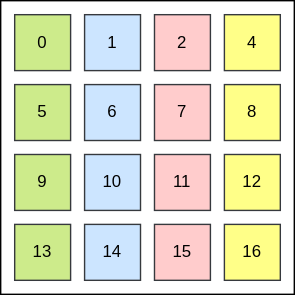
Earlier version of the draw.io export images/array_2d.drawio.svg (dboyliao/TaipeiPy-pybind11-buffer-array). Source tidied: cells renumbered, new cells last; positions are measured from the earlier drawing's top-left corner, leaving out a move shared by most shapes. Its diagram source:
```xml
<mxGraphModel>
  <root>
    <mxCell id="0" />
    <mxCell id="1" parent="0" />
    <mxCell id="2" style="whiteSpace=wrap;html=1;" parent="1" vertex="1">
      <mxGeometry width="210" height="210" as="geometry" />
    </mxCell>
    <mxCell id="3" value="&lt;font color=&quot;#000000&quot;&gt;0&lt;/font&gt;" style="whiteSpace=wrap;html=1;fillColor=#cdeb8b;strokeColor=#36393d;" parent="1" vertex="1">
      <mxGeometry x="10" y="10" width="40" height="40" as="geometry" />
    </mxCell>
    <mxCell id="4" value="&lt;font color=&quot;#000000&quot;&gt;1&lt;/font&gt;" style="whiteSpace=wrap;html=1;fillColor=#cce5ff;strokeColor=#36393d;" parent="1" vertex="1">
      <mxGeometry x="60" y="10" width="40" height="40" as="geometry" />
    </mxCell>
    <mxCell id="5" value="&lt;font color=&quot;#000000&quot;&gt;2&lt;/font&gt;" style="whiteSpace=wrap;html=1;fillColor=#ffcccc;strokeColor=#36393d;" parent="1" vertex="1">
      <mxGeometry x="110" y="10" width="40" height="40" as="geometry" />
    </mxCell>
    <mxCell id="6" value="&lt;font color=&quot;#000000&quot;&gt;4&lt;/font&gt;" style="whiteSpace=wrap;html=1;fillColor=#ffff88;strokeColor=#36393d;" parent="1" vertex="1">
      <mxGeometry x="160" y="10" width="40" height="40" as="geometry" />
    </mxCell>
    <mxCell id="7" value="&lt;font color=&quot;#000000&quot;&gt;5&lt;/font&gt;" style="whiteSpace=wrap;html=1;fillColor=#cdeb8b;strokeColor=#36393d;" parent="1" vertex="1">
      <mxGeometry x="10" y="60" width="40" height="40" as="geometry" />
    </mxCell>
    <mxCell id="8" value="&lt;font color=&quot;#000000&quot;&gt;6&lt;/font&gt;" style="whiteSpace=wrap;html=1;fillColor=#cce5ff;strokeColor=#36393d;" parent="1" vertex="1">
      <mxGeometry x="60" y="60" width="40" height="40" as="geometry" />
    </mxCell>
    <mxCell id="9" value="&lt;font color=&quot;#000000&quot;&gt;7&lt;/font&gt;" style="whiteSpace=wrap;html=1;fillColor=#ffcccc;strokeColor=#36393d;" parent="1" vertex="1">
      <mxGeometry x="110" y="60" width="40" height="40" as="geometry" />
    </mxCell>
    <mxCell id="10" value="&lt;font color=&quot;#000000&quot;&gt;8&lt;/font&gt;" style="whiteSpace=wrap;html=1;fillColor=#ffff88;strokeColor=#36393d;" parent="1" vertex="1">
      <mxGeometry x="160" y="60" width="40" height="40" as="geometry" />
    </mxCell>
    <mxCell id="11" value="&lt;font color=&quot;#000000&quot;&gt;9&lt;/font&gt;" style="whiteSpace=wrap;html=1;fillColor=#cdeb8b;strokeColor=#36393d;" parent="1" vertex="1">
      <mxGeometry x="10" y="110" width="40" height="40" as="geometry" />
    </mxCell>
    <mxCell id="12" value="&lt;font color=&quot;#000000&quot;&gt;10&lt;/font&gt;" style="whiteSpace=wrap;html=1;fillColor=#cce5ff;strokeColor=#36393d;" parent="1" vertex="1">
      <mxGeometry x="60" y="110" width="40" height="40" as="geometry" />
    </mxCell>
    <mxCell id="13" value="&lt;font color=&quot;#000000&quot;&gt;11&lt;/font&gt;" style="whiteSpace=wrap;html=1;fillColor=#ffcccc;strokeColor=#36393d;" parent="1" vertex="1">
      <mxGeometry x="110" y="110" width="40" height="40" as="geometry" />
    </mxCell>
    <mxCell id="14" value="&lt;font color=&quot;#000000&quot;&gt;12&lt;/font&gt;" style="whiteSpace=wrap;html=1;fillColor=#ffff88;strokeColor=#36393d;" parent="1" vertex="1">
      <mxGeometry x="160" y="110" width="40" height="40" as="geometry" />
    </mxCell>
    <mxCell id="15" value="&lt;font color=&quot;#000000&quot;&gt;13&lt;/font&gt;" style="whiteSpace=wrap;html=1;fillColor=#cdeb8b;strokeColor=#36393d;" parent="1" vertex="1">
      <mxGeometry x="10" y="160" width="40" height="40" as="geometry" />
    </mxCell>
    <mxCell id="16" value="&lt;font color=&quot;#000000&quot;&gt;14&lt;/font&gt;" style="whiteSpace=wrap;html=1;fillColor=#cce5ff;strokeColor=#36393d;" parent="1" vertex="1">
      <mxGeometry x="60" y="160" width="40" height="40" as="geometry" />
    </mxCell>
    <mxCell id="17" value="&lt;font color=&quot;#000000&quot;&gt;15&lt;/font&gt;" style="whiteSpace=wrap;html=1;fillColor=#ffcccc;strokeColor=#36393d;" parent="1" vertex="1">
      <mxGeometry x="110" y="160" width="40" height="40" as="geometry" />
    </mxCell>
    <mxCell id="18" value="&lt;font color=&quot;#000000&quot;&gt;16&lt;/font&gt;" style="whiteSpace=wrap;html=1;fillColor=#ffff88;strokeColor=#36393d;" parent="1" vertex="1">
      <mxGeometry x="160" y="160" width="40" height="40" as="geometry" />
    </mxCell>
  </root>
</mxGraphModel>
```
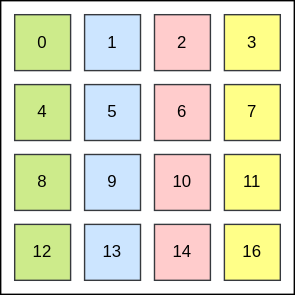
After the change.

Diff of the diagram source:
```diff
@@ -14,40 +14,40 @@
     <mxCell id="5" value="&lt;font color=&quot;#000000&quot;&gt;2&lt;/font&gt;" style="whiteSpace=wrap;html=1;fillColor=#ffcccc;strokeColor=#36393d;" parent="1" vertex="1">
       <mxGeometry x="110" y="10" width="40" height="40" as="geometry" />
     </mxCell>
-    <mxCell id="6" value="&lt;font color=&quot;#000000&quot;&gt;4&lt;/font&gt;" style="whiteSpace=wrap;html=1;fillColor=#ffff88;strokeColor=#36393d;" parent="1" vertex="1">
+    <mxCell id="6" value="&lt;font color=&quot;#000000&quot;&gt;3&lt;/font&gt;" style="whiteSpace=wrap;html=1;fillColor=#ffff88;strokeColor=#36393d;" parent="1" vertex="1">
       <mxGeometry x="160" y="10" width="40" height="40" as="geometry" />
     </mxCell>
-    <mxCell id="7" value="&lt;font color=&quot;#000000&quot;&gt;5&lt;/font&gt;" style="whiteSpace=wrap;html=1;fillColor=#cdeb8b;strokeColor=#36393d;" parent="1" vertex="1">
+    <mxCell id="7" value="&lt;font color=&quot;#000000&quot;&gt;4&lt;/font&gt;" style="whiteSpace=wrap;html=1;fillColor=#cdeb8b;strokeColor=#36393d;" parent="1" vertex="1">
       <mxGeometry x="10" y="60" width="40" height="40" as="geometry" />
     </mxCell>
-    <mxCell id="8" value="&lt;font color=&quot;#000000&quot;&gt;6&lt;/font&gt;" style="whiteSpace=wrap;html=1;fillColor=#cce5ff;strokeColor=#36393d;" parent="1" vertex="1">
+    <mxCell id="8" value="&lt;font color=&quot;#000000&quot;&gt;5&lt;/font&gt;" style="whiteSpace=wrap;html=1;fillColor=#cce5ff;strokeColor=#36393d;" parent="1" vertex="1">
       <mxGeometry x="60" y="60" width="40" height="40" as="geometry" />
     </mxCell>
-    <mxCell id="9" value="&lt;font color=&quot;#000000&quot;&gt;7&lt;/font&gt;" style="whiteSpace=wrap;html=1;fillColor=#ffcccc;strokeColor=#36393d;" parent="1" vertex="1">
+    <mxCell id="9" value="&lt;font color=&quot;#000000&quot;&gt;6&lt;/font&gt;" style="whiteSpace=wrap;html=1;fillColor=#ffcccc;strokeColor=#36393d;" parent="1" vertex="1">
       <mxGeometry x="110" y="60" width="40" height="40" as="geometry" />
     </mxCell>
-    <mxCell id="10" value="&lt;font color=&quot;#000000&quot;&gt;8&lt;/font&gt;" style="whiteSpace=wrap;html=1;fillColor=#ffff88;strokeColor=#36393d;" parent="1" vertex="1">
+    <mxCell id="10" value="&lt;font color=&quot;#000000&quot;&gt;7&lt;/font&gt;" style="whiteSpace=wrap;html=1;fillColor=#ffff88;strokeColor=#36393d;" parent="1" vertex="1">
       <mxGeometry x="160" y="60" width="40" height="40" as="geometry" />
     </mxCell>
-    <mxCell id="11" value="&lt;font color=&quot;#000000&quot;&gt;9&lt;/font&gt;" style="whiteSpace=wrap;html=1;fillColor=#cdeb8b;strokeColor=#36393d;" parent="1" vertex="1">
+    <mxCell id="11" value="&lt;font color=&quot;#000000&quot;&gt;8&lt;/font&gt;" style="whiteSpace=wrap;html=1;fillColor=#cdeb8b;strokeColor=#36393d;" parent="1" vertex="1">
       <mxGeometry x="10" y="110" width="40" height="40" as="geometry" />
     </mxCell>
-    <mxCell id="12" value="&lt;font color=&quot;#000000&quot;&gt;10&lt;/font&gt;" style="whiteSpace=wrap;html=1;fillColor=#cce5ff;strokeColor=#36393d;" parent="1" vertex="1">
+    <mxCell id="12" value="&lt;font color=&quot;#000000&quot;&gt;9&lt;/font&gt;" style="whiteSpace=wrap;html=1;fillColor=#cce5ff;strokeColor=#36393d;" parent="1" vertex="1">
       <mxGeometry x="60" y="110" width="40" height="40" as="geometry" />
     </mxCell>
-    <mxCell id="13" value="&lt;font color=&quot;#000000&quot;&gt;11&lt;/font&gt;" style="whiteSpace=wrap;html=1;fillColor=#ffcccc;strokeColor=#36393d;" parent="1" vertex="1">
+    <mxCell id="13" value="&lt;font color=&quot;#000000&quot;&gt;10&lt;/font&gt;" style="whiteSpace=wrap;html=1;fillColor=#ffcccc;strokeColor=#36393d;" parent="1" vertex="1">
       <mxGeometry x="110" y="110" width="40" height="40" as="geometry" />
     </mxCell>
-    <mxCell id="14" value="&lt;font color=&quot;#000000&quot;&gt;12&lt;/font&gt;" style="whiteSpace=wrap;html=1;fillColor=#ffff88;strokeColor=#36393d;" parent="1" vertex="1">
+    <mxCell id="14" value="&lt;font color=&quot;#000000&quot;&gt;11&lt;/font&gt;" style="whiteSpace=wrap;html=1;fillColor=#ffff88;strokeColor=#36393d;" parent="1" vertex="1">
       <mxGeometry x="160" y="110" width="40" height="40" as="geometry" />
     </mxCell>
-    <mxCell id="15" value="&lt;font color=&quot;#000000&quot;&gt;13&lt;/font&gt;" style="whiteSpace=wrap;html=1;fillColor=#cdeb8b;strokeColor=#36393d;" parent="1" vertex="1">
+    <mxCell id="15" value="&lt;font color=&quot;#000000&quot;&gt;12&lt;/font&gt;" style="whiteSpace=wrap;html=1;fillColor=#cdeb8b;strokeColor=#36393d;" parent="1" vertex="1">
       <mxGeometry x="10" y="160" width="40" height="40" as="geometry" />
     </mxCell>
-    <mxCell id="16" value="&lt;font color=&quot;#000000&quot;&gt;14&lt;/font&gt;" style="whiteSpace=wrap;html=1;fillColor=#cce5ff;strokeColor=#36393d;" parent="1" vertex="1">
+    <mxCell id="16" value="&lt;font color=&quot;#000000&quot;&gt;13&lt;/font&gt;" style="whiteSpace=wrap;html=1;fillColor=#cce5ff;strokeColor=#36393d;" parent="1" vertex="1">
       <mxGeometry x="60" y="160" width="40" height="40" as="geometry" />
     </mxCell>
-    <mxCell id="17" value="&lt;font color=&quot;#000000&quot;&gt;15&lt;/font&gt;" style="whiteSpace=wrap;html=1;fillColor=#ffcccc;strokeColor=#36393d;" parent="1" vertex="1">
+    <mxCell id="17" value="&lt;font color=&quot;#000000&quot;&gt;14&lt;/font&gt;" style="whiteSpace=wrap;html=1;fillColor=#ffcccc;strokeColor=#36393d;" parent="1" vertex="1">
       <mxGeometry x="110" y="160" width="40" height="40" as="geometry" />
     </mxCell>
     <mxCell id="18" value="&lt;font color=&quot;#000000&quot;&gt;16&lt;/font&gt;" style="whiteSpace=wrap;html=1;fillColor=#ffff88;strokeColor=#36393d;" parent="1" vertex="1">
```
